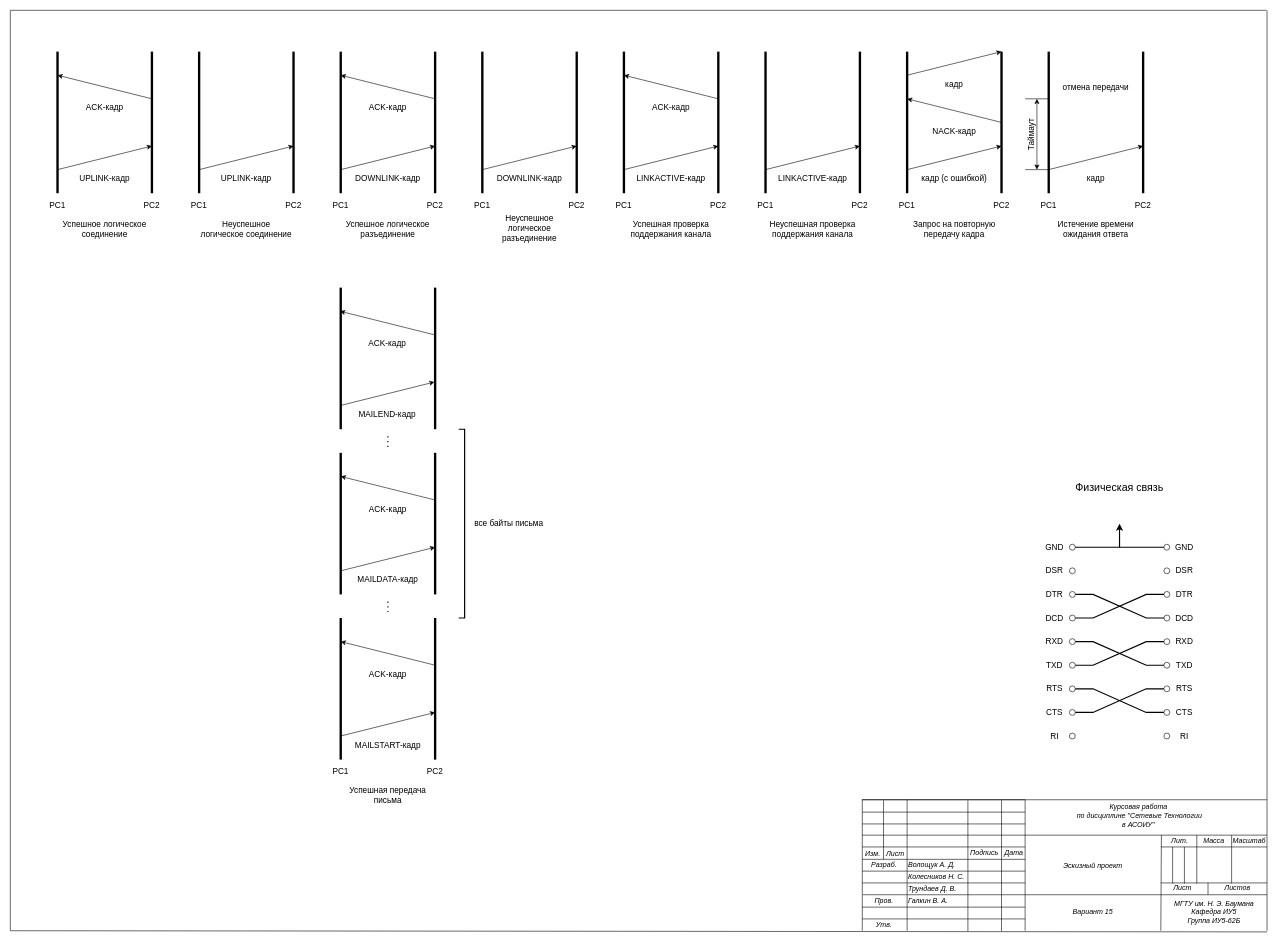
Earlier version of the draw.io diagram docs/time-diagram.drawio (DeveloperMan313/networks-coursework-backend). Source tidied: cells renumbered, new cells numbered last; positions are measured from the earlier drawing's top-left corner, leaving out a move shared by most shapes. Both pictures are drawn from the tidied source at 59%, with x=0, y=0 at pixel (10, 10).
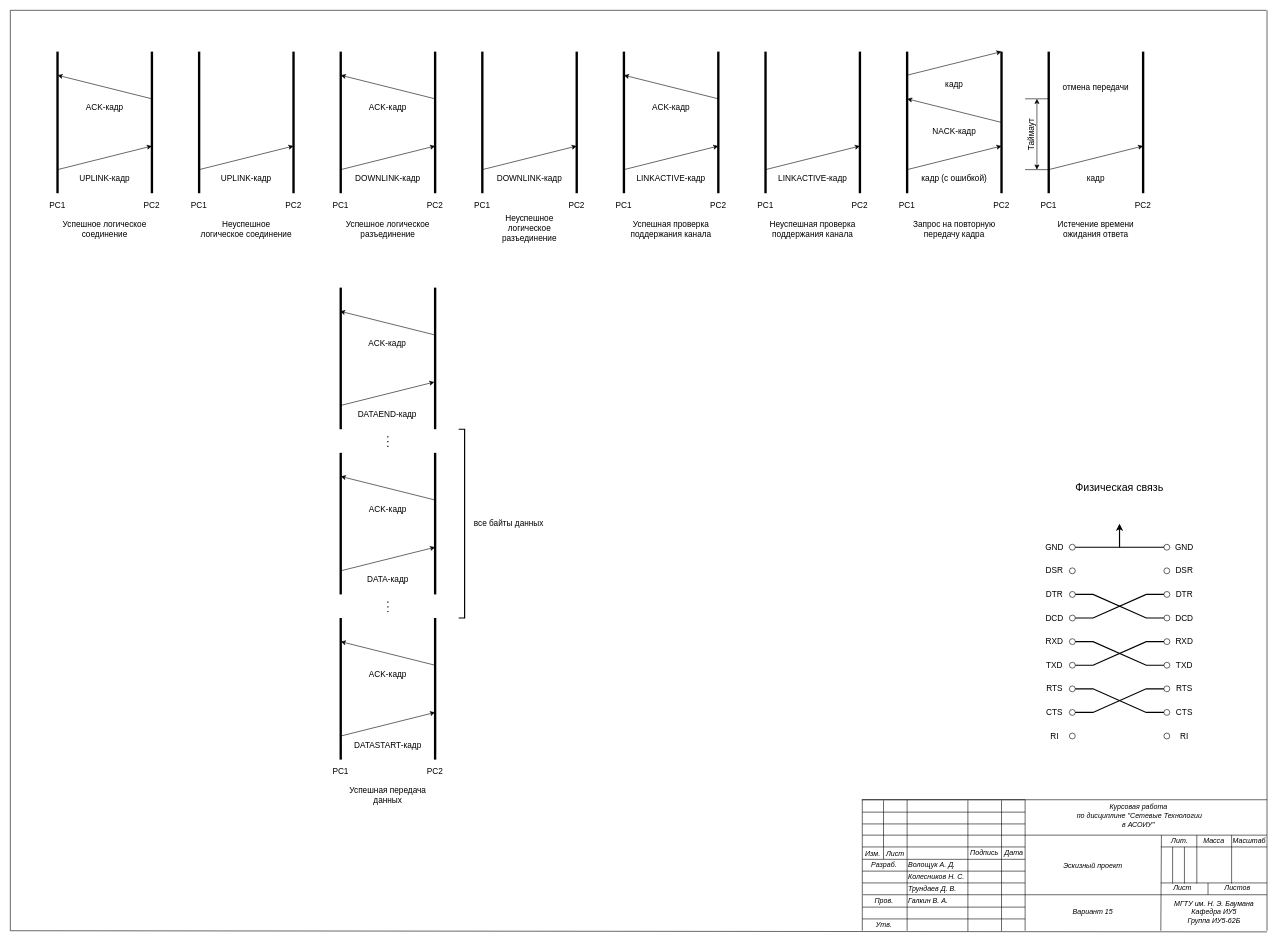
After the change.

Commit message (it also covers changes not shown here):
Add encode/decode/state-change logic to channel, make physical in STANDBY check incoming request before sending, rename MAIL frame heads to DATA

What changed in the source:
```diff
@@
-    <mxCell id="109" value="MAILSTART-кадр" style="text;html=1;whiteSpace=wrap;strokeColor=none;fillColor=none;align=center;verticalAlign=top;rounded=0;fontSize=14;" parent="1" vertex="1">
+    <mxCell id="109" value="DATASTART-кадр" style="text;html=1;whiteSpace=wrap;strokeColor=none;fillColor=none;align=center;verticalAlign=top;rounded=0;fontSize=14;" parent="1" vertex="1">
       <mxGeometry x="560" y="1230" width="160" height="40" as="geometry" />
     </mxCell>
@@
-    <mxCell id="113" value="Успешная передача письма" style="text;html=1;whiteSpace=wrap;strokeColor=none;fillColor=none;align=center;verticalAlign=middle;rounded=0;fontSize=14;" parent="1" vertex="1">
+    <mxCell id="113" value="Успешная передача данных" style="text;html=1;whiteSpace=wrap;strokeColor=none;fillColor=none;align=center;verticalAlign=middle;rounded=0;fontSize=14;" parent="1" vertex="1">
       <mxGeometry x="560" y="1310" width="160" height="40" as="geometry" />
     </mxCell>
@@
-    <mxCell id="116" value="MAILDATA-кадр" style="text;html=1;whiteSpace=wrap;strokeColor=none;fillColor=none;align=center;verticalAlign=top;rounded=0;fontSize=14;" parent="1" vertex="1">
+    <mxCell id="116" value="DATA-кадр" style="text;html=1;whiteSpace=wrap;strokeColor=none;fillColor=none;align=center;verticalAlign=top;rounded=0;fontSize=14;" parent="1" vertex="1">
       <mxGeometry x="560" y="950" width="160" height="40" as="geometry" />
     </mxCell>
@@
-    <mxCell id="120" value="MAILEND-кадр" style="text;html=1;whiteSpace=wrap;strokeColor=none;fillColor=none;align=center;verticalAlign=top;rounded=0;fontSize=14;" parent="1" vertex="1">
+    <mxCell id="120" value="DATAEND-кадр" style="text;html=1;whiteSpace=wrap;strokeColor=none;fillColor=none;align=center;verticalAlign=top;rounded=0;fontSize=14;" parent="1" vertex="1">
       <mxGeometry x="558.8" y="670" width="160" height="40" as="geometry" />
     </mxCell>
@@
-    <mxCell id="147" value="все байты письма" style="text;html=1;whiteSpace=wrap;strokeColor=none;fillColor=none;align=center;verticalAlign=middle;rounded=0;fontSize=14;" parent="1" vertex="1">
+    <mxCell id="147" value="все байты данных" style="text;html=1;whiteSpace=wrap;strokeColor=none;fillColor=none;align=center;verticalAlign=middle;rounded=0;fontSize=14;" parent="1" vertex="1">
       <mxGeometry x="770" y="830" width="150" height="80" as="geometry" />
     </mxCell>
```
